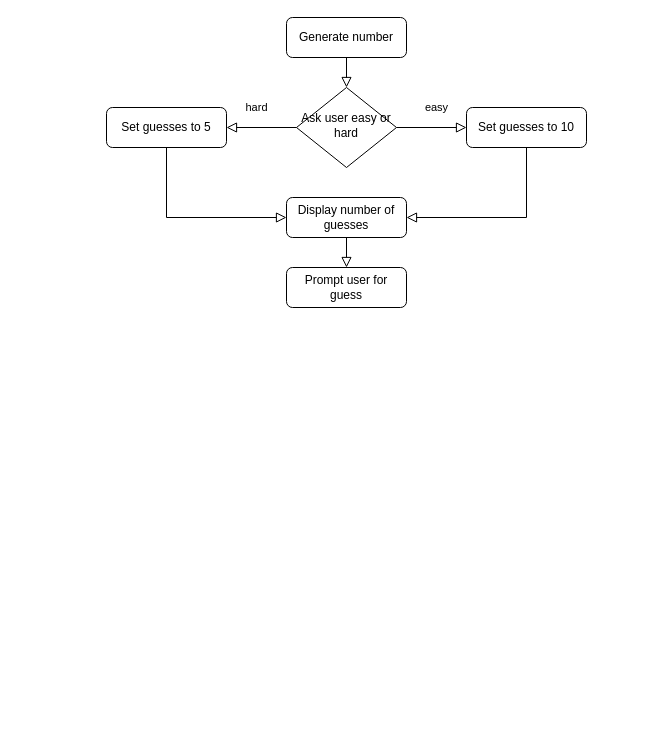
AgentDutchOrange/flowcharts keeps this draw.io diagram as number_guesser.drawio. Above is the earlier version. Source tidied: cells renumbered, new cells numbered last; positions are measured from the earlier drawing's top-left corner, leaving out a move shared by most shapes. Both pictures are drawn from the tidied source at 100%, with x=0, y=0 at pixel (106, 17).
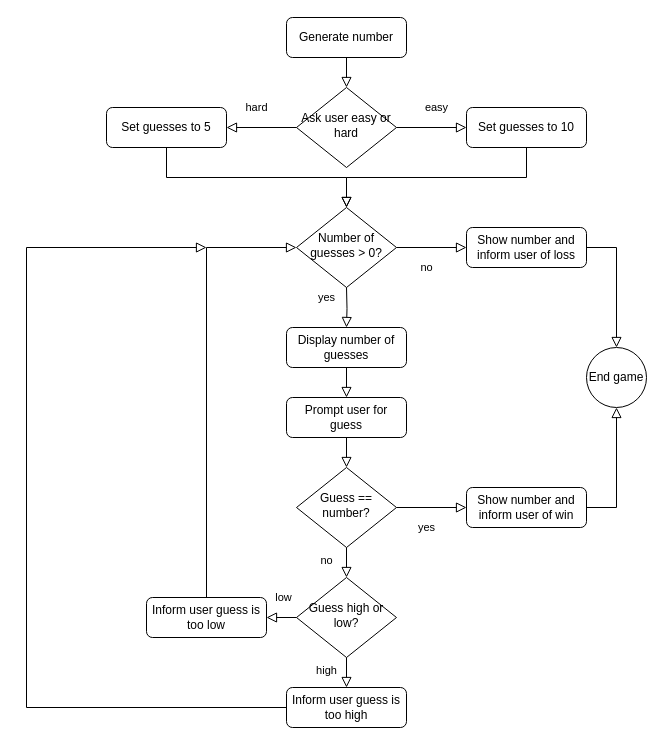
The same page after the edit.

Unchanged cells that the change refers to:
```xml
<mxCell id="6" value="Set guesses to 10" style="rounded=1;whiteSpace=wrap;html=1;fontSize=12;glass=0;strokeWidth=1;shadow=0;" parent="1" vertex="1">
  <mxGeometry x="360" y="90" width="120" height="40" as="geometry" />
</mxCell>
<mxCell id="7" value="Set guesses to 5" style="rounded=1;whiteSpace=wrap;html=1;fontSize=12;glass=0;strokeWidth=1;shadow=0;" parent="1" vertex="1">
  <mxGeometry y="90" width="120" height="40" as="geometry" />
</mxCell>
```

Change to the diagram source:
```diff
@@
-    <mxCell id="9" value="Display number of guesses" style="rounded=1;whiteSpace=wrap;html=1;fontSize=12;glass=0;strokeWidth=1;shadow=0;" parent="1" vertex="1">
-      <mxGeometry x="180" y="180" width="120" height="40" as="geometry" />
-    </mxCell>
-    <mxCell id="10" style="rounded=0;html=1;jettySize=auto;fontSize=11;endArrow=block;endFill=0;endSize=8;strokeWidth=1;shadow=0;labelBackgroundColor=none;edgeStyle=orthogonalEdgeStyle;entryX=0;entryY=0.5;entryDx=0;entryDy=0;exitX=0.5;exitY=1;exitDx=0;exitDy=0;" parent="1" edge="1" source="7" target="9">
+    <mxCell id="10" style="rounded=0;html=1;jettySize=auto;fontSize=11;endArrow=block;endFill=0;endSize=8;strokeWidth=1;shadow=0;labelBackgroundColor=none;edgeStyle=orthogonalEdgeStyle;entryX=0.5;entryY=0;entryDx=0;entryDy=0;exitX=0.5;exitY=1;exitDx=0;exitDy=0;" parent="1" edge="1" source="7" target="14">
       <mxGeometry x="0.16" y="-20" relative="1" as="geometry" />
     </mxCell>
-    <mxCell id="11" style="rounded=0;html=1;jettySize=auto;fontSize=11;endArrow=block;endFill=0;endSize=8;strokeWidth=1;shadow=0;labelBackgroundColor=none;edgeStyle=orthogonalEdgeStyle;entryX=1;entryY=0.5;entryDx=0;entryDy=0;exitX=0.5;exitY=1;exitDx=0;exitDy=0;" parent="1" edge="1" source="6" target="9">
+    <mxCell id="11" style="rounded=0;html=1;jettySize=auto;fontSize=11;endArrow=block;endFill=0;endSize=8;strokeWidth=1;shadow=0;labelBackgroundColor=none;edgeStyle=orthogonalEdgeStyle;exitX=0.5;exitY=1;exitDx=0;exitDy=0;entryX=0.5;entryY=0;entryDx=0;entryDy=0;" parent="1" edge="1" source="6" target="14">
       <mxGeometry x="0.16" y="-20" relative="1" as="geometry" />
     </mxCell>
+    <mxCell id="9" value="Display number of guesses" style="rounded=1;whiteSpace=wrap;html=1;fontSize=12;glass=0;strokeWidth=1;shadow=0;" parent="1" vertex="1">
+      <mxGeometry x="180" y="310" width="120" height="40" as="geometry" />
+    </mxCell>
     <mxCell id="12" value="Prompt user for guess" style="rounded=1;whiteSpace=wrap;html=1;fontSize=12;glass=0;strokeWidth=1;shadow=0;" parent="1" vertex="1">
-      <mxGeometry x="180" y="250" width="120" height="40" as="geometry" />
+      <mxGeometry x="180" y="380" width="120" height="40" as="geometry" />
     </mxCell>
@@
+    <mxCell id="14" value="Number of guesses &amp;gt; 0?" style="rhombus;whiteSpace=wrap;html=1;shadow=0;fontFamily=Helvetica;fontSize=12;align=center;strokeWidth=1;spacing=6;spacingTop=-4;" parent="1" vertex="1">
+      <mxGeometry x="190" y="190" width="100" height="80" as="geometry" />
+    </mxCell>
+    <mxCell id="15" value="yes" style="rounded=0;html=1;jettySize=auto;fontSize=11;endArrow=block;endFill=0;endSize=8;strokeWidth=1;shadow=0;labelBackgroundColor=none;edgeStyle=orthogonalEdgeStyle;entryX=0.5;entryY=0;entryDx=0;entryDy=0;" parent="1" edge="1" target="9">
+      <mxGeometry x="-0.5" y="-20" relative="1" as="geometry">
+        <mxPoint x="240" y="270" as="sourcePoint" />
+      </mxGeometry>
+    </mxCell>
+    <mxCell id="16" value="no" style="rounded=0;html=1;jettySize=auto;fontSize=11;endArrow=block;endFill=0;endSize=8;strokeWidth=1;shadow=0;labelBackgroundColor=none;edgeStyle=orthogonalEdgeStyle;exitX=1;exitY=0.5;exitDx=0;exitDy=0;entryX=0;entryY=0.5;entryDx=0;entryDy=0;" parent="1" edge="1" source="14" target="17">
+      <mxGeometry x="-0.14" y="-20" relative="1" as="geometry" />
+    </mxCell>
+    <mxCell id="17" value="Show number and inform user of loss" style="rounded=1;whiteSpace=wrap;html=1;fontSize=12;glass=0;strokeWidth=1;shadow=0;" parent="1" vertex="1">
+      <mxGeometry x="360" y="210" width="120" height="40" as="geometry" />
+    </mxCell>
+    <mxCell id="18" value="End game" style="ellipse;whiteSpace=wrap;html=1;" parent="1" vertex="1">
+      <mxGeometry x="480" y="330" width="60" height="60" as="geometry" />
+    </mxCell>
+    <mxCell id="19" style="rounded=0;html=1;jettySize=auto;fontSize=11;endArrow=block;endFill=0;endSize=8;strokeWidth=1;shadow=0;labelBackgroundColor=none;edgeStyle=orthogonalEdgeStyle;exitX=1;exitY=0.5;exitDx=0;exitDy=0;entryX=0.5;entryY=0;entryDx=0;entryDy=0;" parent="1" edge="1" source="17" target="18">
+      <mxGeometry relative="1" as="geometry" />
+    </mxCell>
+    <mxCell id="20" value="Guess == number?" style="rhombus;whiteSpace=wrap;html=1;shadow=0;fontFamily=Helvetica;fontSize=12;align=center;strokeWidth=1;spacing=6;spacingTop=-4;" parent="1" vertex="1">
+      <mxGeometry x="190" y="450" width="100" height="80" as="geometry" />
+    </mxCell>
+    <mxCell id="21" value="Show number and inform user of win" style="rounded=1;whiteSpace=wrap;html=1;fontSize=12;glass=0;strokeWidth=1;shadow=0;" parent="1" vertex="1">
+      <mxGeometry x="360" y="470" width="120" height="40" as="geometry" />
+    </mxCell>
+    <mxCell id="22" style="rounded=0;html=1;jettySize=auto;fontSize=11;endArrow=block;endFill=0;endSize=8;strokeWidth=1;shadow=0;labelBackgroundColor=none;edgeStyle=orthogonalEdgeStyle;exitX=1;exitY=0.5;exitDx=0;exitDy=0;entryX=0.5;entryY=1;entryDx=0;entryDy=0;" parent="1" edge="1" source="21" target="18">
+      <mxGeometry relative="1" as="geometry" />
+    </mxCell>
+    <mxCell id="23" value="yes" style="rounded=0;html=1;jettySize=auto;fontSize=11;endArrow=block;endFill=0;endSize=8;strokeWidth=1;shadow=0;labelBackgroundColor=none;edgeStyle=orthogonalEdgeStyle;exitX=1;exitY=0.5;exitDx=0;exitDy=0;entryX=0;entryY=0.5;entryDx=0;entryDy=0;" parent="1" edge="1" source="20" target="21">
+      <mxGeometry x="-0.14" y="-20" relative="1" as="geometry" />
+    </mxCell>
+    <mxCell id="24" style="rounded=0;html=1;jettySize=auto;fontSize=11;endArrow=block;endFill=0;endSize=8;strokeWidth=1;shadow=0;labelBackgroundColor=none;edgeStyle=orthogonalEdgeStyle;entryX=0.5;entryY=0;entryDx=0;entryDy=0;exitX=0.5;exitY=1;exitDx=0;exitDy=0;" parent="1" edge="1" source="12" target="20">
+      <mxGeometry relative="1" as="geometry" />
+    </mxCell>
+    <mxCell id="25" value="Guess high or low?" style="rhombus;whiteSpace=wrap;html=1;shadow=0;fontFamily=Helvetica;fontSize=12;align=center;strokeWidth=1;spacing=6;spacingTop=-4;" parent="1" vertex="1">
+      <mxGeometry x="190" y="560" width="100" height="80" as="geometry" />
+    </mxCell>
+    <mxCell id="26" value="no" style="rounded=0;html=1;jettySize=auto;fontSize=11;endArrow=block;endFill=0;endSize=8;strokeWidth=1;shadow=0;labelBackgroundColor=none;edgeStyle=orthogonalEdgeStyle;exitX=0.5;exitY=1;exitDx=0;exitDy=0;entryX=0.5;entryY=0;entryDx=0;entryDy=0;" parent="1" edge="1" source="20" target="25">
+      <mxGeometry x="-0.14" y="-20" relative="1" as="geometry" />
+    </mxCell>
+    <mxCell id="27" value="Inform user guess is too high" style="rounded=1;whiteSpace=wrap;html=1;fontSize=12;glass=0;strokeWidth=1;shadow=0;" parent="1" vertex="1">
+      <mxGeometry x="180" y="670" width="120" height="40" as="geometry" />
+    </mxCell>
+    <mxCell id="28" value="Inform user guess is too low" style="rounded=1;whiteSpace=wrap;html=1;fontSize=12;glass=0;strokeWidth=1;shadow=0;" parent="1" vertex="1">
+      <mxGeometry x="40" y="580" width="120" height="40" as="geometry" />
+    </mxCell>
+    <mxCell id="29" style="rounded=0;html=1;jettySize=auto;fontSize=11;endArrow=block;endFill=0;endSize=8;strokeWidth=1;shadow=0;labelBackgroundColor=none;edgeStyle=orthogonalEdgeStyle;exitX=0.5;exitY=0;exitDx=0;exitDy=0;entryX=0;entryY=0.5;entryDx=0;entryDy=0;" parent="1" edge="1" source="28" target="14">
+      <mxGeometry relative="1" as="geometry" />
+    </mxCell>
+    <mxCell id="30" value="high" style="rounded=0;html=1;jettySize=auto;fontSize=11;endArrow=block;endFill=0;endSize=8;strokeWidth=1;shadow=0;labelBackgroundColor=none;edgeStyle=orthogonalEdgeStyle;entryX=0.5;entryY=0;entryDx=0;entryDy=0;" parent="1" edge="1" target="27">
+      <mxGeometry x="-0.14" y="-20" relative="1" as="geometry">
+        <mxPoint x="240" y="640" as="sourcePoint" />
+      </mxGeometry>
+    </mxCell>
+    <mxCell id="31" value="low" style="rounded=0;html=1;jettySize=auto;fontSize=11;endArrow=block;endFill=0;endSize=8;strokeWidth=1;shadow=0;labelBackgroundColor=none;edgeStyle=orthogonalEdgeStyle;entryX=1;entryY=0.5;entryDx=0;entryDy=0;exitX=0;exitY=0.5;exitDx=0;exitDy=0;" parent="1" edge="1" source="25" target="28">
+      <mxGeometry x="-0.14" y="-20" relative="1" as="geometry" />
+    </mxCell>
+    <mxCell id="32" style="rounded=0;html=1;jettySize=auto;fontSize=11;endArrow=block;endFill=0;endSize=8;strokeWidth=1;shadow=0;labelBackgroundColor=none;edgeStyle=orthogonalEdgeStyle;exitX=0;exitY=0.5;exitDx=0;exitDy=0;" parent="1" edge="1" source="27">
+      <mxGeometry relative="1" as="geometry">
+        <mxPoint x="100" y="230" as="targetPoint" />
+        <Array as="points">
+          <mxPoint x="-80" y="690" />
+          <mxPoint x="-80" y="230" />
+        </Array>
+      </mxGeometry>
+    </mxCell>
```
